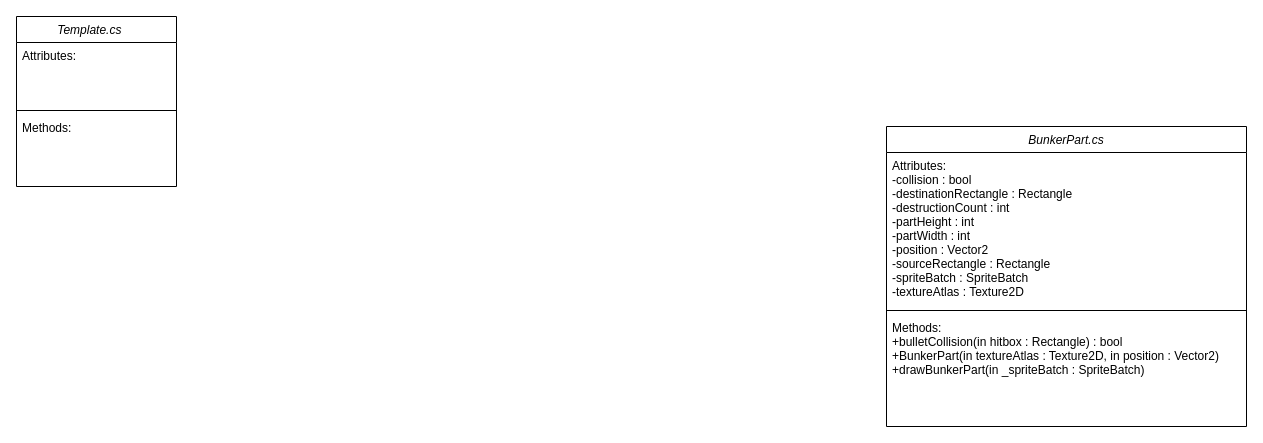
Above: Diagrams/ClassDiagramFinal.drawio in Ferogreywolf7/Alien-Attack (draw.io), before the change. Source tidied: cells renumbered, new cells numbered last; positions are measured from the earlier drawing's top-left corner, leaving out a move shared by most shapes. Both pictures are drawn from the tidied source at 100%, with x=0, y=0 at pixel (16, 16).
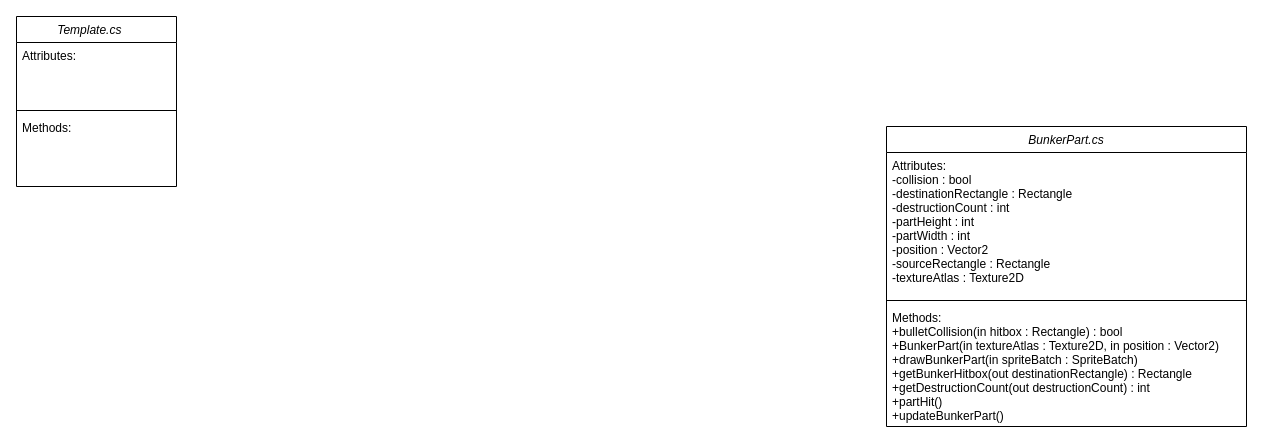
The same page after the edit.

The edit, as a diff of the source:
```diff
@@
 <mxGraphModel>
   <root>
     <mxCell id="0" />
     <mxCell id="1" parent="0" />
     <mxCell id="2" value="BunkerPart.cs" style="swimlane;fontStyle=2;align=center;verticalAlign=top;horizontal=1;startSize=26;rounded=0;shadow=0;strokeWidth=1;" parent="1" vertex="1">
       <mxGeometry x="870" y="110" width="360" height="300" as="geometry" />
     </mxCell>
-    <mxCell id="3" value="Attributes:&#10;-collision : bool&#10;-destinationRectangle : Rectangle&#10;-destructionCount : int&#10;-partHeight : int&#10;-partWidth : int&#10;-position : Vector2&#10;-sourceRectangle : Rectangle&#10;-spriteBatch : SpriteBatch&#10;-textureAtlas : Texture2D" style="text;align=left;verticalAlign=top;spacingLeft=4;spacingRight=4;overflow=hidden;" parent="2" vertex="1">
-      <mxGeometry y="26" width="360" height="154" as="geometry" />
+    <mxCell id="3" value="Attributes:&#10;-collision : bool&#10;-destinationRectangle : Rectangle&#10;-destructionCount : int&#10;-partHeight : int&#10;-partWidth : int&#10;-position : Vector2&#10;-sourceRectangle : Rectangle&#10;-textureAtlas : Texture2D" style="text;align=left;verticalAlign=top;spacingLeft=4;spacingRight=4;overflow=hidden;" parent="2" vertex="1">
+      <mxGeometry y="26" width="360" height="144" as="geometry" />
     </mxCell>
     <mxCell id="4" style="line;html=1;strokeWidth=1;align=left;verticalAlign=middle;spacingTop=-1;spacingLeft=3;spacingRight=3;labelPosition=right;" parent="2" vertex="1">
-      <mxGeometry y="180" width="360" height="8" as="geometry" />
+      <mxGeometry y="170" width="360" height="8" as="geometry" />
     </mxCell>
-    <mxCell id="5" value="Methods:&#10;+bulletCollision(in hitbox : Rectangle) : bool&#10;+BunkerPart(in textureAtlas : Texture2D, in position : Vector2)&#10;+drawBunkerPart(in _spriteBatch : SpriteBatch)" style="text;align=left;verticalAlign=top;spacingLeft=4;spacingRight=4;overflow=hidden;" parent="2" vertex="1">
-      <mxGeometry y="188" width="360" height="92" as="geometry" />
+    <mxCell id="5" value="Methods:&#10;+bulletCollision(in hitbox : Rectangle) : bool&#10;+BunkerPart(in textureAtlas : Texture2D, in position : Vector2)&#10;+drawBunkerPart(in spriteBatch : SpriteBatch)&#10;+getBunkerHitbox(out destinationRectangle) : Rectangle&#10;+getDestructionCount(out destructionCount) : int&#10;+partHit()&#10;+updateBunkerPart()&#10;" style="text;align=left;verticalAlign=top;spacingLeft=4;spacingRight=4;overflow=hidden;" parent="2" vertex="1">
+      <mxGeometry y="178" width="360" height="122" as="geometry" />
     </mxCell>
     <mxCell id="6" value="Template.cs    " style="swimlane;fontStyle=2;align=center;verticalAlign=top;horizontal=1;startSize=26;rounded=0;shadow=0;strokeWidth=1;" parent="1" vertex="1">
       <mxGeometry width="160" height="170" as="geometry" />
     </mxCell>
     <mxCell id="7" value="Attributes:&#10;" style="text;align=left;verticalAlign=top;spacingLeft=4;spacingRight=4;overflow=hidden;" parent="6" vertex="1">
       <mxGeometry y="26" width="160" height="64" as="geometry" />
     </mxCell>
     <mxCell id="8" style="line;html=1;strokeWidth=1;align=left;verticalAlign=middle;spacingTop=-1;spacingLeft=3;spacingRight=3;labelPosition=right;" parent="6" vertex="1">
       <mxGeometry y="90" width="160" height="8" as="geometry" />
     </mxCell>
     <mxCell id="9" value="Methods:" style="text;align=left;verticalAlign=top;spacingLeft=4;spacingRight=4;overflow=hidden;" parent="6" vertex="1">
       <mxGeometry y="98" width="160" height="58" as="geometry" />
     </mxCell>
   </root>
 </mxGraphModel>
```
